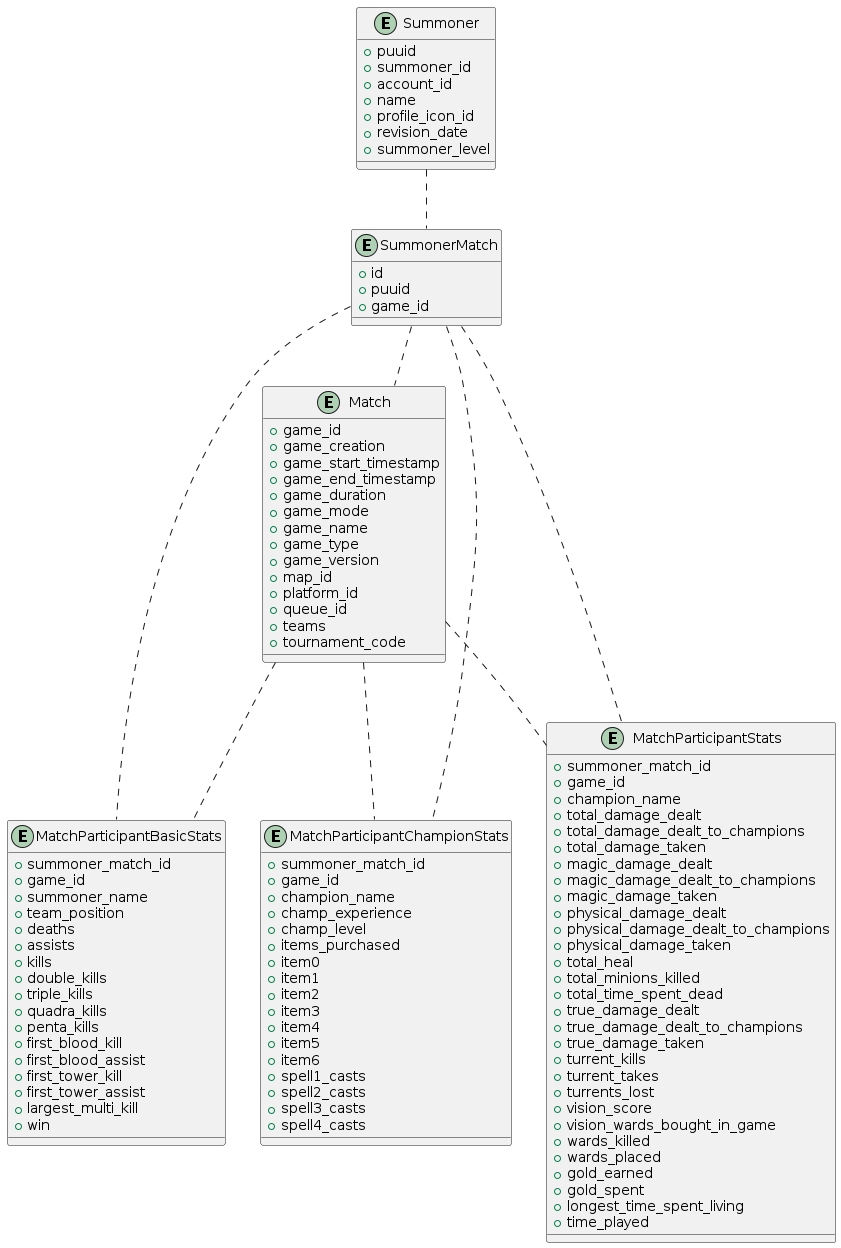
This is docs/models.png from cadusds/lol-stats, a PlantUML export, as it was before one commit.
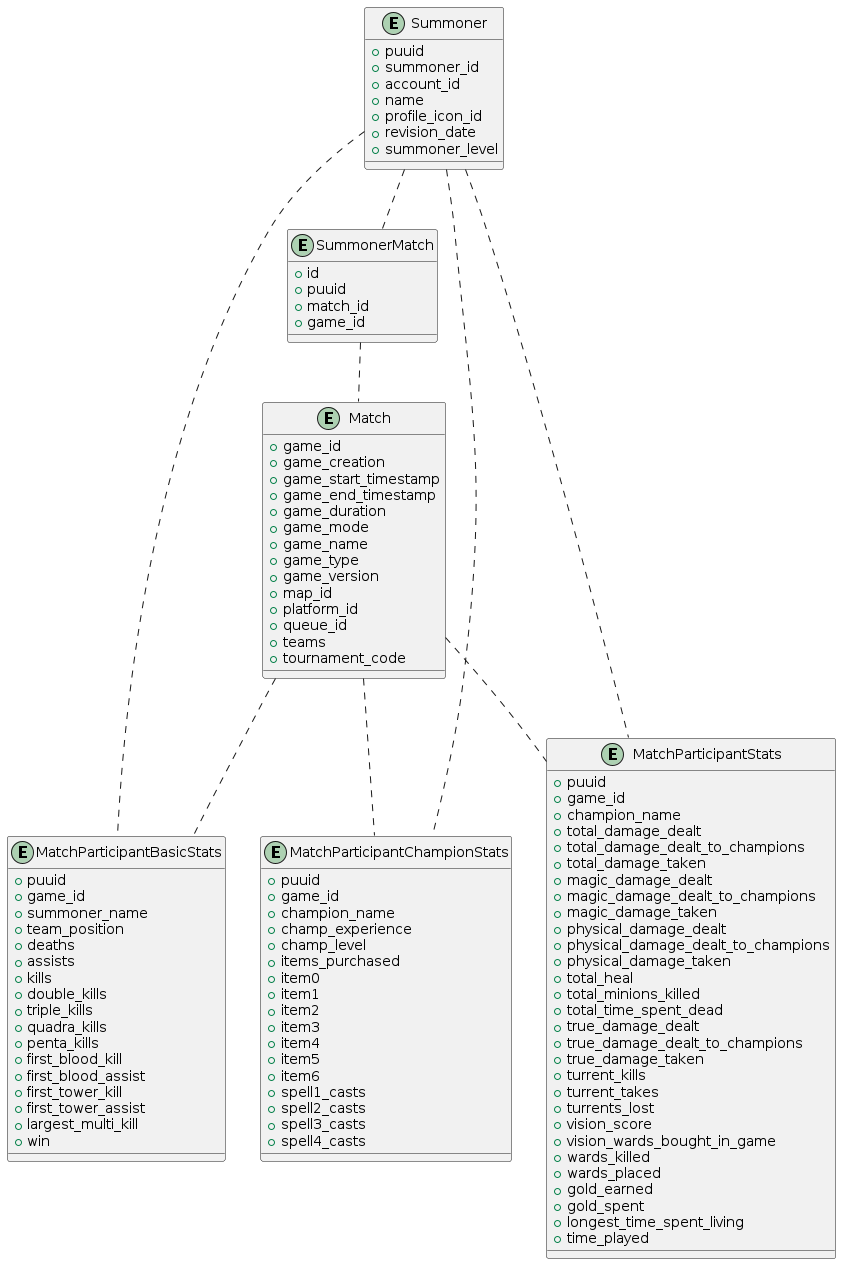
Above is the later version.

The edit, as a diff of the source:
```diff
@@ -12,6 +12,7 @@
 entity SummonerMatch{
  + id
  + puuid
+ + match_id
  + game_id
 }
 
@@ -33,7 +34,7 @@
 }
 
 entity MatchParticipantBasicStats{
- + summoner_match_id
+ + puuid
  + game_id
  + summoner_name
  + team_position
@@ -53,7 +54,7 @@
 }
 
 entity MatchParticipantChampionStats{
- + summoner_match_id
+ + puuid
  + game_id
  + champion_name
  + champ_experience
@@ -73,7 +74,7 @@
 }
 
 entity MatchParticipantStats{
- + summoner_match_id
+ + puuid
  + game_id
  + champion_name
  + total_damage_dealt
@@ -106,10 +107,10 @@
 
 Summoner .. SummonerMatch
 SummonerMatch .. Match
-SummonerMatch .. MatchParticipantBasicStats
-SummonerMatch .. MatchParticipantStats
-SummonerMatch .. MatchParticipantChampionStats
 Match .. MatchParticipantBasicStats
 Match .. MatchParticipantStats
 Match .. MatchParticipantChampionStats
+Summoner .. MatchParticipantBasicStats
+Summoner .. MatchParticipantStats
+Summoner .. MatchParticipantChampionStats
 @enduml
```
